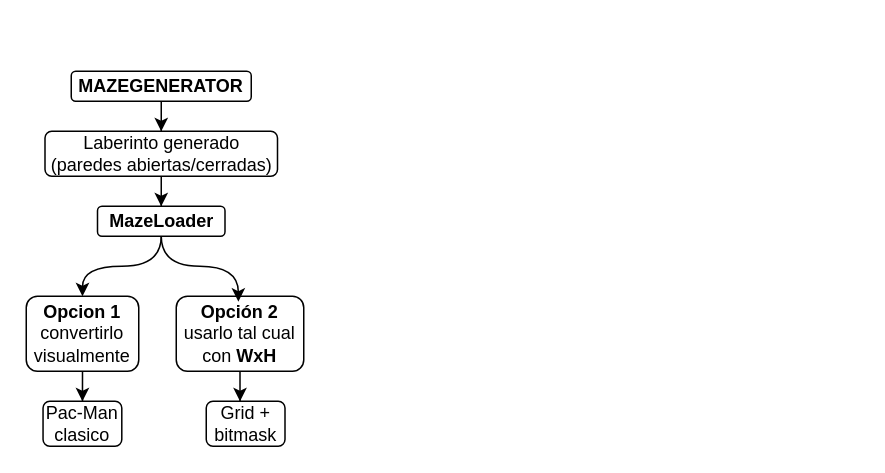
sergioromero2k/42_Pac-Man_v1.4 keeps this draw.io diagram as docs/images/3_diagram_explain.drawio. Above is the earlier version. Source tidied: cells renumbered, new cells numbered last; positions are measured from the earlier drawing's top-left corner, leaving out a move shared by most shapes. Both pictures are drawn from the tidied source at 150%, with x=0, y=0 at pixel (26, 70).
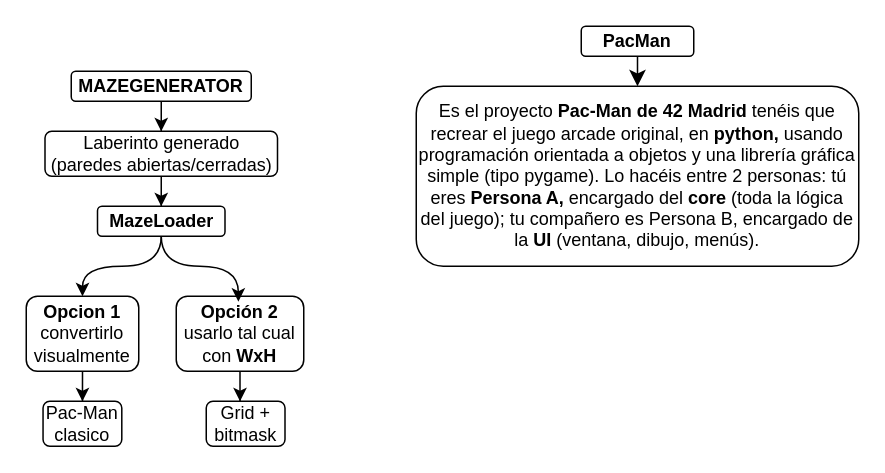
After the change.

Commit message (it also covers changes not shown here):
test: initialize Pygame window and game loop

The edit, as a diff of the source:
```diff
@@
 <mxGraphModel>
   <root>
     <mxCell id="0" />
     <mxCell id="1" parent="0" />
     <mxCell id="2" style="edgeStyle=orthogonalEdgeStyle;rounded=0;jettySize=auto;html=1;" parent="1" edge="1" source="3" target="5">
       <mxGeometry relative="1" as="geometry" />
     </mxCell>
     <mxCell id="3" value="&lt;b&gt;MAZEGENERATOR&lt;/b&gt;" style="rounded=1;whiteSpace=wrap;html=1;" parent="1" vertex="1">
       <mxGeometry x="30" width="120" height="20" as="geometry" />
     </mxCell>
     <mxCell id="4" style="edgeStyle=orthogonalEdgeStyle;rounded=0;jettySize=auto;html=1;entryX=0.5;entryY=0;entryDx=0;entryDy=0;" parent="1" edge="1" source="5" target="7">
       <mxGeometry relative="1" as="geometry" />
     </mxCell>
     <mxCell id="5" value="Laberinto generado&lt;br&gt;(paredes abiertas/cerradas)" style="rounded=1;whiteSpace=wrap;html=1;" parent="1" vertex="1">
       <mxGeometry x="12.5" y="40" width="155" height="30" as="geometry" />
     </mxCell>
     <mxCell id="6" style="edgeStyle=orthogonalEdgeStyle;rounded=0;jettySize=auto;html=1;entryX=0.5;entryY=0;entryDx=0;entryDy=0;curved=1;" parent="1" edge="1" source="7" target="9">
       <mxGeometry relative="1" as="geometry" />
     </mxCell>
     <mxCell id="7" value="&lt;b&gt;MazeLoader&lt;/b&gt;" style="rounded=1;whiteSpace=wrap;html=1;" parent="1" vertex="1">
       <mxGeometry x="47.5" y="90" width="85" height="20" as="geometry" />
     </mxCell>
     <mxCell id="8" style="edgeStyle=orthogonalEdgeStyle;rounded=0;jettySize=auto;html=1;entryX=0.5;entryY=0;entryDx=0;entryDy=0;" parent="1" edge="1" source="9" target="12">
       <mxGeometry relative="1" as="geometry" />
     </mxCell>
     <mxCell id="9" value="&lt;b&gt;Opcion 1&lt;br&gt;&lt;/b&gt;convertirlo&lt;div&gt;visualmente&lt;/div&gt;" style="rounded=1;whiteSpace=wrap;html=1;" parent="1" vertex="1">
       <mxGeometry y="150" width="75" height="50" as="geometry" />
     </mxCell>
     <mxCell id="10" value="&lt;b&gt;Opción 2&lt;/b&gt;&lt;div&gt;usarlo tal cual con &lt;b&gt;WxH&lt;/b&gt;&lt;/div&gt;" style="rounded=1;whiteSpace=wrap;html=1;" parent="1" vertex="1">
       <mxGeometry x="100" y="150" width="85" height="50" as="geometry" />
     </mxCell>
     <mxCell id="11" style="edgeStyle=orthogonalEdgeStyle;rounded=0;jettySize=auto;html=1;entryX=0.487;entryY=0.072;entryDx=0;entryDy=0;entryPerimeter=0;curved=1;" parent="1" edge="1" source="7" target="10">
       <mxGeometry relative="1" as="geometry" />
     </mxCell>
     <mxCell id="12" value="Pac-Man&lt;div&gt;clasico&lt;/div&gt;" style="rounded=1;whiteSpace=wrap;html=1;" parent="1" vertex="1">
       <mxGeometry x="11.2" y="220" width="52.5" height="30" as="geometry" />
     </mxCell>
     <mxCell id="13" value="Grid&amp;nbsp;&lt;span style=&quot;background-color: transparent; color: light-dark(rgb(0, 0, 0), rgb(255, 255, 255));&quot;&gt;+ bitmask&lt;/span&gt;" style="rounded=1;whiteSpace=wrap;html=1;" parent="1" vertex="1">
       <mxGeometry x="120" y="220" width="52.5" height="30" as="geometry" />
     </mxCell>
     <mxCell id="14" style="edgeStyle=orthogonalEdgeStyle;rounded=0;jettySize=auto;html=1;entryX=0.429;entryY=0;entryDx=0;entryDy=0;entryPerimeter=0;" parent="1" edge="1" source="10" target="13">
       <mxGeometry relative="1" as="geometry" />
     </mxCell>
+    <mxCell id="15" style="edgeStyle=orthogonalEdgeStyle;curved=1;rounded=0;jettySize=auto;html=1;entryX=0.5;entryY=0;entryDx=0;entryDy=0;fontSize=12;startSize=8;endSize=8;" parent="1" edge="1" source="16" target="17">
+      <mxGeometry relative="1" as="geometry" />
+    </mxCell>
+    <mxCell id="16" value="&lt;b&gt;PacMan&lt;/b&gt;" style="rounded=1;whiteSpace=wrap;html=1;" parent="1" vertex="1">
+      <mxGeometry x="370" y="-30" width="75" height="20" as="geometry" />
+    </mxCell>
+    <mxCell id="17" value="Es el proyecto &lt;b&gt;Pac-Man de 42 Madrid &lt;/b&gt;tenéis que recrear el juego arcade original, en &lt;b&gt;python, &lt;/b&gt;usando programación orientada a objetos y una librería gráfica simple (tipo pygame). Lo hacéis entre 2 personas: tú eres &lt;b&gt;Persona A, &lt;/b&gt;encargado del &lt;b&gt;core &lt;/b&gt;(toda la lógica del juego); tu compañero es Persona B, encargado de la &lt;b&gt;UI &lt;/b&gt;(ventana, dibujo, menús)." style="rounded=1;whiteSpace=wrap;html=1;" parent="1" vertex="1">
+      <mxGeometry x="260" y="10" width="295" height="120" as="geometry" />
+    </mxCell>
   </root>
 </mxGraphModel>
```
